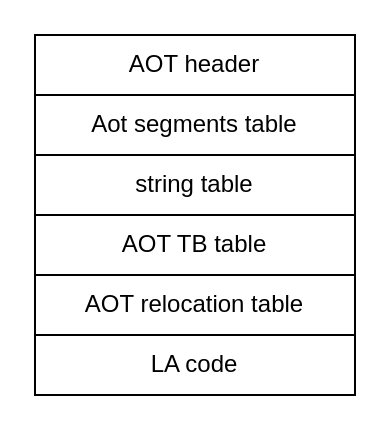
Before: page "第 29 页" (31 of 52) of lajit.drawio in ganjue66da/ganjue66da, a draw.io diagram. Source tidied: cells renumbered, new cells numbered last; positions are measured from the earlier drawing's top-left corner, leaving out a move shared by most shapes. Both pictures are drawn from the tidied source at 200%, with x=0, y=0 at pixel (34, 34).
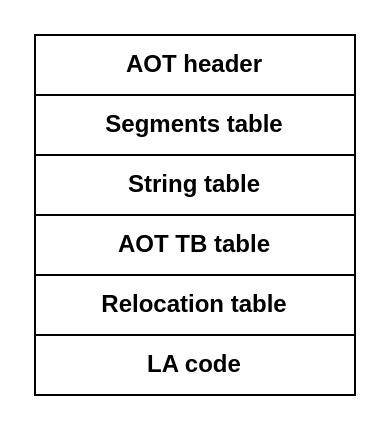
The same page after the edit.

Diff of the diagram source:
```diff
@@
 <mxGraphModel>
   <root>
     <mxCell id="0" />
     <mxCell id="1" parent="0" />
-    <mxCell id="2" value="AOT header" style="rounded=0;whiteSpace=wrap;html=1;" parent="1" vertex="1">
+    <mxCell id="2" value="&lt;b&gt;AOT header&lt;/b&gt;" style="rounded=0;whiteSpace=wrap;html=1;" parent="1" vertex="1">
       <mxGeometry width="160" height="30" as="geometry" />
     </mxCell>
-    <mxCell id="3" value="Aot segments table" style="rounded=0;whiteSpace=wrap;html=1;" parent="1" vertex="1">
+    <mxCell id="3" value="&lt;b&gt;Segments table&lt;/b&gt;" style="rounded=0;whiteSpace=wrap;html=1;" parent="1" vertex="1">
       <mxGeometry y="30" width="160" height="30" as="geometry" />
     </mxCell>
-    <mxCell id="4" value="string table" style="rounded=0;whiteSpace=wrap;html=1;" parent="1" vertex="1">
+    <mxCell id="4" value="&lt;b&gt;String table&lt;/b&gt;" style="rounded=0;whiteSpace=wrap;html=1;" parent="1" vertex="1">
       <mxGeometry y="60" width="160" height="30" as="geometry" />
     </mxCell>
-    <mxCell id="5" value="AOT TB table" style="rounded=0;whiteSpace=wrap;html=1;" parent="1" vertex="1">
+    <mxCell id="5" value="&lt;b&gt;AOT TB table&lt;/b&gt;" style="rounded=0;whiteSpace=wrap;html=1;" parent="1" vertex="1">
       <mxGeometry y="90" width="160" height="30" as="geometry" />
     </mxCell>
-    <mxCell id="6" value="LA code" style="rounded=0;whiteSpace=wrap;html=1;" parent="1" vertex="1">
+    <mxCell id="6" value="&lt;b&gt;LA code&lt;/b&gt;" style="rounded=0;whiteSpace=wrap;html=1;" parent="1" vertex="1">
       <mxGeometry y="150" width="160" height="30" as="geometry" />
     </mxCell>
-    <mxCell id="7" value="AOT relocation table" style="rounded=0;whiteSpace=wrap;html=1;" parent="1" vertex="1">
+    <mxCell id="7" value="&lt;b&gt;Relocation table&lt;/b&gt;" style="rounded=0;whiteSpace=wrap;html=1;" parent="1" vertex="1">
       <mxGeometry y="120" width="160" height="30" as="geometry" />
     </mxCell>
   </root>
 </mxGraphModel>
```
